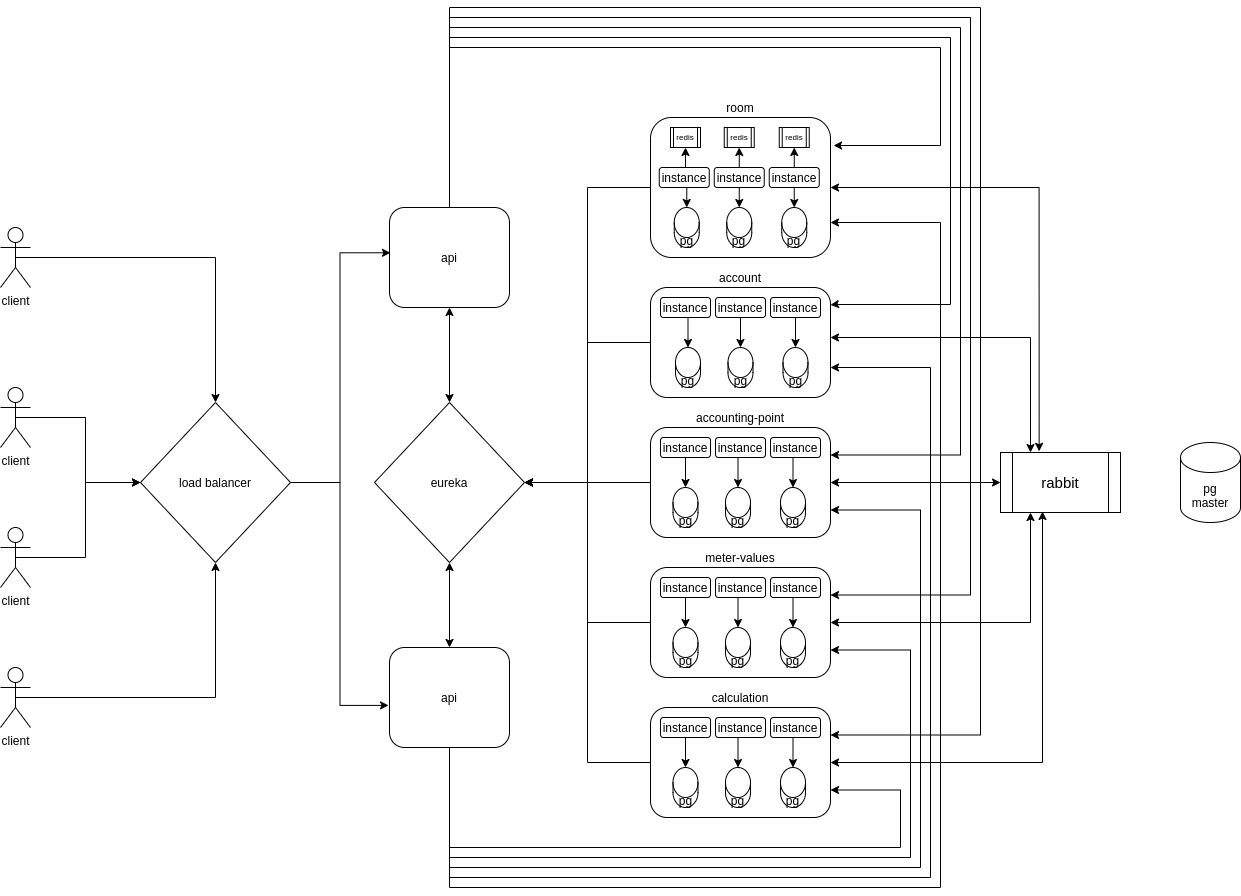
Earlier version of the draw.io export Untitled Diagram.png (Simon250388/billing_volume_calculator). Source tidied: cells renumbered, new cells last; positions are measured from the earlier drawing's top-left corner, leaving out a move shared by most shapes.
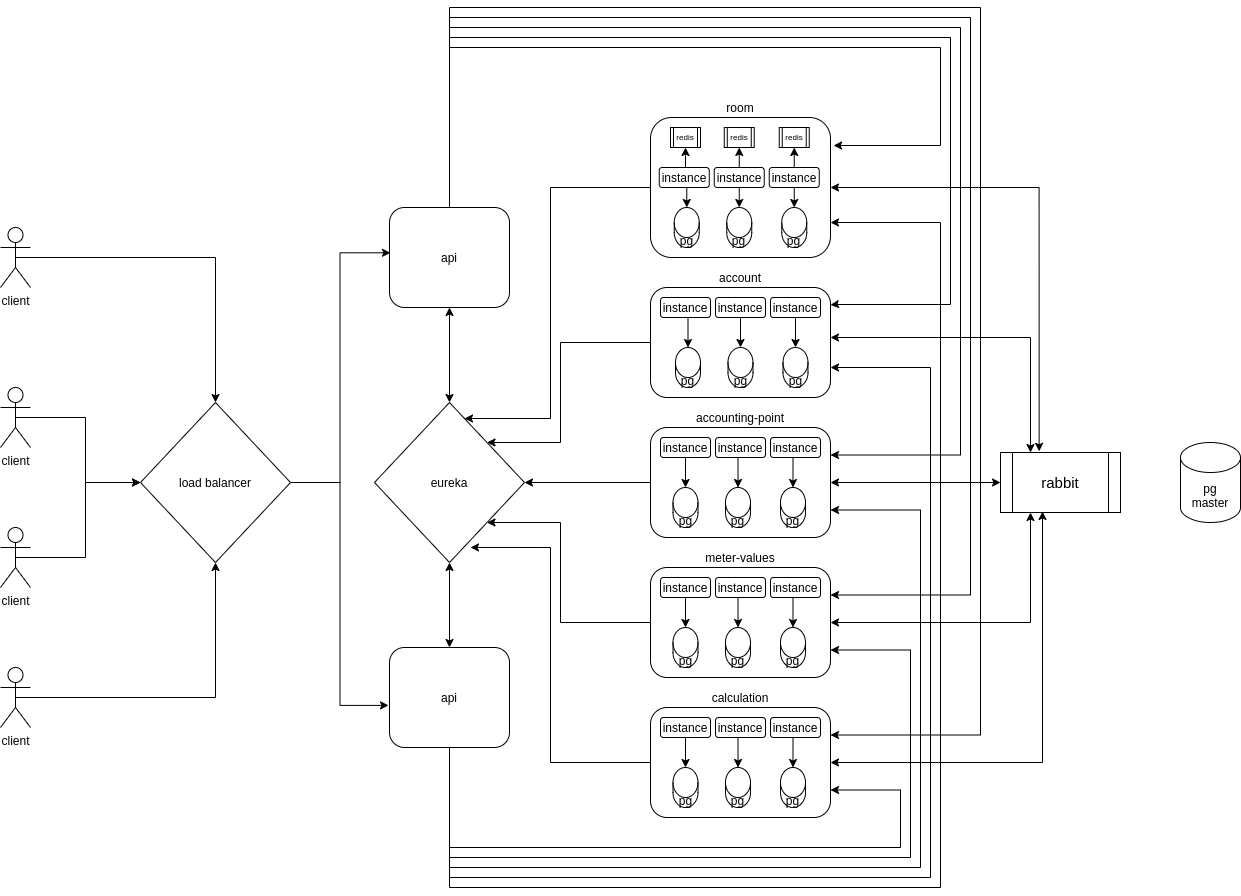
After the change.

Diff of the diagram source:
```diff
@@ -13,8 +13,13 @@
     <mxCell id="3" value="room" style="rounded=1;whiteSpace=wrap;html=1;labelPosition=center;verticalLabelPosition=top;align=center;verticalAlign=bottom;" parent="1" vertex="1">
       <mxGeometry x="650" y="110" width="180" height="140" as="geometry" />
     </mxCell>
-    <mxCell id="4" style="edgeStyle=orthogonalEdgeStyle;rounded=0;jettySize=auto;html=1;exitX=0;exitY=0.5;exitDx=0;exitDy=0;entryX=1;entryY=0.5;entryDx=0;entryDy=0;startArrow=none;startFill=0;endArrow=classic;endFill=1;" parent="1" edge="1" source="6" target="31">
-      <mxGeometry relative="1" as="geometry" />
+    <mxCell id="4" style="edgeStyle=orthogonalEdgeStyle;rounded=0;jettySize=auto;html=1;exitX=0;exitY=0.5;exitDx=0;exitDy=0;entryX=1;entryY=0;entryDx=0;entryDy=0;startArrow=none;startFill=0;endArrow=classic;endFill=1;" parent="1" edge="1" source="6" target="31">
+      <mxGeometry relative="1" as="geometry">
+        <Array as="points">
+          <mxPoint x="560" y="335" />
+          <mxPoint x="560" y="435" />
+        </Array>
+      </mxGeometry>
     </mxCell>
     <mxCell id="5" style="edgeStyle=orthogonalEdgeStyle;rounded=0;jettySize=auto;html=1;entryX=0.25;entryY=0;entryDx=0;entryDy=0;fontSize=15;startArrow=classic;startFill=1;endArrow=classic;endFill=1;" parent="1" edge="1" target="95">
       <mxGeometry relative="1" as="geometry">
@@ -36,8 +41,13 @@
     <mxCell id="9" value="accounting-point" style="rounded=1;whiteSpace=wrap;html=1;labelPosition=center;verticalLabelPosition=top;align=center;verticalAlign=bottom;" parent="1" vertex="1">
       <mxGeometry x="650" y="420" width="180" height="110" as="geometry" />
     </mxCell>
-    <mxCell id="10" style="edgeStyle=orthogonalEdgeStyle;rounded=0;jettySize=auto;html=1;exitX=0;exitY=0.5;exitDx=0;exitDy=0;entryX=1;entryY=0.5;entryDx=0;entryDy=0;startArrow=none;startFill=0;endArrow=classic;endFill=1;" parent="1" edge="1" source="12" target="31">
-      <mxGeometry relative="1" as="geometry" />
+    <mxCell id="10" style="edgeStyle=orthogonalEdgeStyle;rounded=0;jettySize=auto;html=1;exitX=0;exitY=0.5;exitDx=0;exitDy=0;entryX=1;entryY=1;entryDx=0;entryDy=0;startArrow=none;startFill=0;endArrow=classic;endFill=1;" parent="1" edge="1" source="12" target="31">
+      <mxGeometry relative="1" as="geometry">
+        <Array as="points">
+          <mxPoint x="560" y="615" />
+          <mxPoint x="560" y="515" />
+        </Array>
+      </mxGeometry>
     </mxCell>
     <mxCell id="11" style="edgeStyle=orthogonalEdgeStyle;rounded=0;jettySize=auto;html=1;exitX=1;exitY=0.5;exitDx=0;exitDy=0;entryX=0.25;entryY=1;entryDx=0;entryDy=0;fontSize=15;startArrow=classic;startFill=1;endArrow=classic;endFill=1;" parent="1" edge="1" source="12" target="95">
       <mxGeometry relative="1" as="geometry" />
@@ -160,8 +170,13 @@
     <mxCell id="29" value="api" style="rounded=1;whiteSpace=wrap;html=1;" parent="1" vertex="1">
       <mxGeometry x="389" y="640" width="120" height="100" as="geometry" />
     </mxCell>
-    <mxCell id="30" style="edgeStyle=orthogonalEdgeStyle;rounded=0;jettySize=auto;html=1;exitX=1;exitY=0.5;exitDx=0;exitDy=0;entryX=0;entryY=0.5;entryDx=0;entryDy=0;startArrow=classic;startFill=1;endArrow=none;endFill=0;" parent="1" edge="1" source="31" target="3">
-      <mxGeometry relative="1" as="geometry" />
+    <mxCell id="30" style="edgeStyle=orthogonalEdgeStyle;rounded=0;jettySize=auto;html=1;exitX=0.6;exitY=0.1;exitDx=0;exitDy=0;entryX=0;entryY=0.5;entryDx=0;entryDy=0;startArrow=classic;startFill=1;endArrow=none;endFill=0;exitPerimeter=0;" parent="1" edge="1" source="31" target="3">
+      <mxGeometry relative="1" as="geometry">
+        <Array as="points">
+          <mxPoint x="550" y="411" />
+          <mxPoint x="550" y="180" />
+        </Array>
+      </mxGeometry>
     </mxCell>
     <mxCell id="31" value="eureka" style="rhombus;whiteSpace=wrap;html=1;" parent="1" vertex="1">
       <mxGeometry x="374" y="395" width="150" height="160" as="geometry" />
@@ -190,8 +205,13 @@
     <mxCell id="39" value="client" style="shape=umlActor;verticalLabelPosition=bottom;verticalAlign=top;html=1;outlineConnect=0;" parent="1" vertex="1">
       <mxGeometry y="660" width="30" height="60" as="geometry" />
     </mxCell>
-    <mxCell id="40" style="edgeStyle=orthogonalEdgeStyle;rounded=0;jettySize=auto;html=1;exitX=0;exitY=0.5;exitDx=0;exitDy=0;entryX=1;entryY=0.5;entryDx=0;entryDy=0;startArrow=none;startFill=0;endArrow=classic;endFill=1;" parent="1" edge="1" source="42" target="31">
-      <mxGeometry relative="1" as="geometry" />
+    <mxCell id="40" style="edgeStyle=orthogonalEdgeStyle;rounded=0;jettySize=auto;html=1;exitX=0;exitY=0.5;exitDx=0;exitDy=0;entryX=0.64;entryY=0.906;entryDx=0;entryDy=0;startArrow=none;startFill=0;endArrow=classic;endFill=1;entryPerimeter=0;" parent="1" edge="1" source="42" target="31">
+      <mxGeometry relative="1" as="geometry">
+        <Array as="points">
+          <mxPoint x="550" y="755" />
+          <mxPoint x="550" y="540" />
+        </Array>
+      </mxGeometry>
     </mxCell>
     <mxCell id="41" style="edgeStyle=orthogonalEdgeStyle;rounded=0;jettySize=auto;html=1;exitX=1;exitY=0.5;exitDx=0;exitDy=0;fontSize=15;startArrow=classic;startFill=1;endArrow=classic;endFill=1;entryX=0.35;entryY=0.983;entryDx=0;entryDy=0;entryPerimeter=0;" parent="1" edge="1" source="42" target="95">
       <mxGeometry relative="1" as="geometry" />
```
